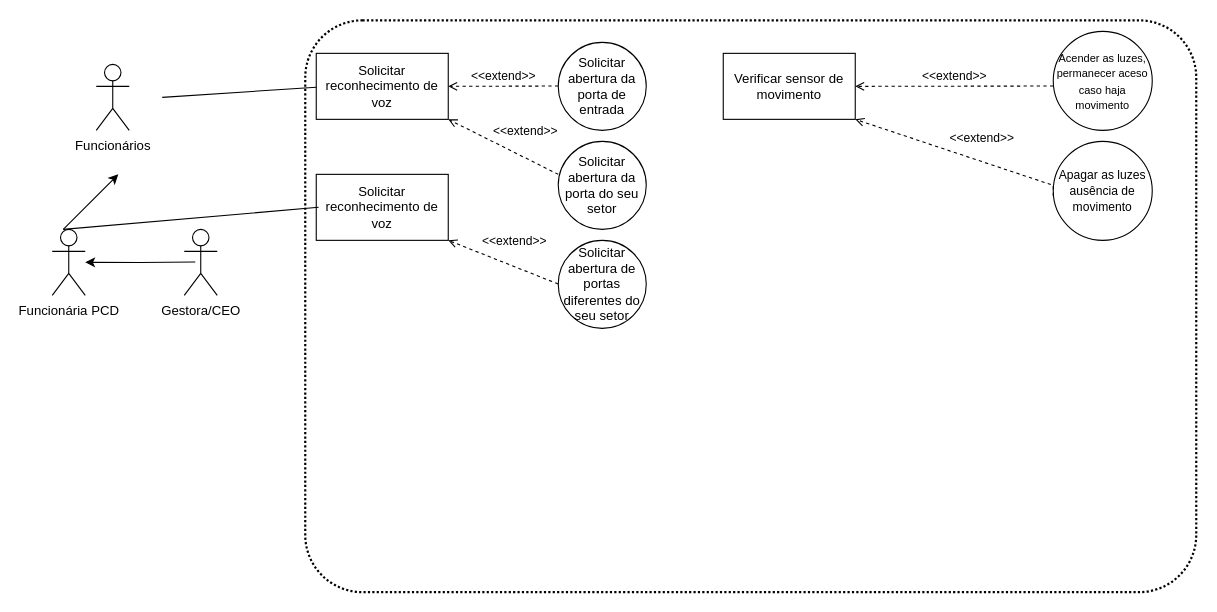
This is Diagrama sem nome.drawio from vwvictor/study, a draw.io file, before an edit. Source tidied: cells renumbered, new cells numbered last; positions are measured from the earlier drawing's top-left corner, leaving out a move shared by most shapes. Both pictures are drawn from the tidied source at 110%, with x=0, y=0 at pixel (52, 20).
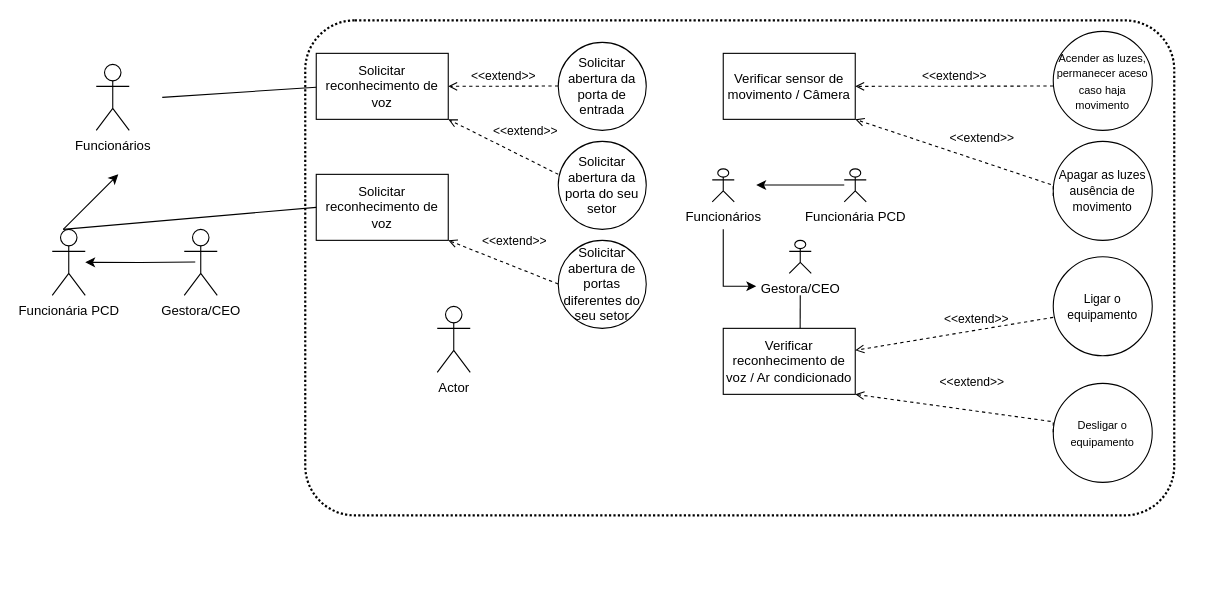
The same page after the edit.

Diff of the diagram source:
```diff
@@
-    <mxCell id="15" style="rounded=1;arcSize=10;dashed=1;fillColor=none;gradientColor=none;dashPattern=1 1;strokeWidth=2;" parent="1" vertex="1">
-      <mxGeometry x="230" width="810" height="519.8" as="geometry" />
-    </mxCell>
-    <mxCell id="16" style="endArrow=none;html=1;rounded=0;entryX=0.015;entryY=0.327;entryDx=0;entryDy=0;entryPerimeter=0;" parent="1" edge="1" target="15">
+    <mxCell id="16" style="endArrow=none;html=1;rounded=0;" parent="1" edge="1">
       <mxGeometry relative="1" as="geometry">
         <mxPoint x="10" y="190" as="sourcePoint" />
+        <mxPoint x="240" y="170" as="targetPoint" />
       </mxGeometry>
     </mxCell>
@@
-    <mxCell id="18" value="Verificar sensor de movimento&lt;br&gt;" style="rounded=0;whiteSpace=wrap;html=1;" parent="1" vertex="1">
+    <mxCell id="18" value="Verificar sensor de movimento / Câmera" style="rounded=0;whiteSpace=wrap;html=1;" parent="1" vertex="1">
       <mxGeometry x="610" y="30" width="120" height="60" as="geometry" />
     </mxCell>
@@
+    <mxCell id="23" value="Verificar reconhecimento de voz / Ar condicionado" style="rounded=0;whiteSpace=wrap;html=1;" parent="1" vertex="1">
+      <mxGeometry x="610" y="280" width="120" height="60" as="geometry" />
+    </mxCell>
+    <mxCell id="24" value="&lt;span style=&quot;font-size: 11px;&quot;&gt;Ligar o equipamento&lt;/span&gt;" style="ellipse;whiteSpace=wrap;html=1;" parent="1" vertex="1">
+      <mxGeometry x="910" y="214.9" width="90" height="90" as="geometry" />
+    </mxCell>
+    <mxCell id="25" value="&lt;font style=&quot;font-size: 10px;&quot;&gt;Desligar o equipamento&lt;/font&gt;" style="ellipse;whiteSpace=wrap;html=1;" parent="1" vertex="1">
+      <mxGeometry x="910" y="330" width="90" height="90" as="geometry" />
+    </mxCell>
+    <mxCell id="26" value="&amp;lt;&amp;lt;extend&amp;gt;&amp;gt;" style="html=1;verticalAlign=bottom;labelBackgroundColor=none;endArrow=open;endFill=0;dashed=1;rounded=0;" parent="1" edge="1" target="23">
+      <mxGeometry x="-0.22" y="-1" relative="1" as="geometry">
+        <mxPoint x="910" y="270" as="sourcePoint" />
+        <Array as="points">
+          <mxPoint x="910" y="270" />
+        </Array>
+      </mxGeometry>
+    </mxCell>
+    <mxCell id="27" value="&amp;lt;&amp;lt;extend&amp;gt;&amp;gt;" style="html=1;verticalAlign=bottom;labelBackgroundColor=none;endArrow=open;endFill=0;dashed=1;rounded=0;entryX=1;entryY=1;entryDx=0;entryDy=0;" parent="1" edge="1" target="23">
+      <mxGeometry x="-0.09" y="-16" relative="1" as="geometry">
+        <mxPoint x="910" y="374.5" as="sourcePoint" />
+        <Array as="points">
+          <mxPoint x="910" y="364.9" />
+        </Array>
+      </mxGeometry>
+    </mxCell>
+    <mxCell id="28" value="Actor" style="shape=umlActor;verticalLabelPosition=bottom;verticalAlign=top;html=1;" parent="1" vertex="1">
+      <mxGeometry x="350" y="260" width="30" height="60" as="geometry" />
+    </mxCell>
+    <mxCell id="29" value="Gestora/CEO&lt;br&gt;" style="shape=umlActor;verticalLabelPosition=bottom;verticalAlign=top;html=1;" parent="1" vertex="1">
+      <mxGeometry x="670" y="200" width="20" height="30" as="geometry" />
+    </mxCell>
+    <mxCell id="30" style="edgeStyle=orthogonalEdgeStyle;rounded=0;orthogonalLoop=1;jettySize=auto;html=1;exitX=0.5;exitY=0.5;exitDx=0;exitDy=0;exitPerimeter=0;" parent="1" edge="1">
+      <mxGeometry relative="1" as="geometry">
+        <mxPoint x="720" y="149.7" as="sourcePoint" />
+        <mxPoint x="640" y="149.7" as="targetPoint" />
+      </mxGeometry>
+    </mxCell>
+    <mxCell id="31" value="Funcionária PCD&lt;br&gt;" style="shape=umlActor;verticalLabelPosition=bottom;verticalAlign=top;html=1;" parent="1" vertex="1">
+      <mxGeometry x="720" y="135" width="20" height="30" as="geometry" />
+    </mxCell>
+    <mxCell id="32" style="edgeStyle=orthogonalEdgeStyle;rounded=0;orthogonalLoop=1;jettySize=auto;html=1;exitX=1;exitY=1;exitDx=0;exitDy=0;exitPerimeter=0;entryX=0;entryY=0.3333333333333333;entryDx=0;entryDy=0;entryPerimeter=0;" parent="1" edge="1">
+      <mxGeometry relative="1" as="geometry">
+        <mxPoint x="610" y="190" as="sourcePoint" />
+        <mxPoint x="640" y="241.7" as="targetPoint" />
+        <Array as="points">
+          <mxPoint x="610" y="242" />
+        </Array>
+      </mxGeometry>
+    </mxCell>
+    <mxCell id="33" value="Funcionários&lt;br&gt;" style="shape=umlActor;verticalLabelPosition=bottom;verticalAlign=top;html=1;" parent="1" vertex="1">
+      <mxGeometry x="600" y="135" width="20" height="30" as="geometry" />
+    </mxCell>
+    <mxCell id="34" style="endArrow=none;html=1;rounded=0;exitX=0.499;exitY=-0.029;exitDx=0;exitDy=0;exitPerimeter=0;" parent="1" edge="1">
+      <mxGeometry relative="1" as="geometry">
+        <mxPoint x="679.9" y="280" as="sourcePoint" />
+        <mxPoint x="680" y="250" as="targetPoint" />
+      </mxGeometry>
+    </mxCell>
+    <mxCell id="35" style="rounded=1;arcSize=10;dashed=1;fillColor=none;gradientColor=none;dashPattern=1 1;strokeWidth=2;" parent="1" vertex="1">
+      <mxGeometry x="230" width="790" height="450" as="geometry" />
+    </mxCell>
```
